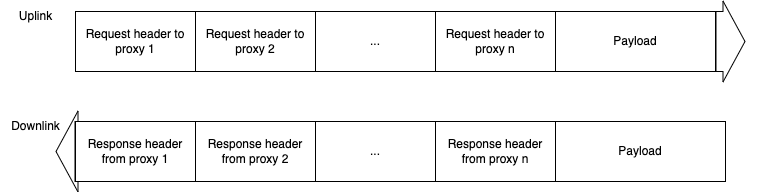
This is img/protocol.tcp.drawio.png from Banyc/proxy, a draw.io export, as it was before one commit. Source tidied: cells renumbered, new cells last; positions are measured from the earlier drawing's top-left corner, leaving out a move shared by most shapes.
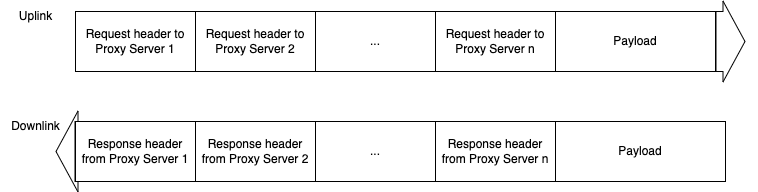
The same file after the commit.

What changed in the source:
```diff
@@ -7,19 +7,19 @@
         <mxPoint x="745" y="40" as="targetPoint" />
       </mxGeometry>
     </mxCell>
-    <mxCell id="3" value="Request header to proxy 1" style="rounded=0;whiteSpace=wrap;html=1;" parent="1" vertex="1">
+    <mxCell id="3" value="Request header to Proxy Server 1" style="rounded=0;whiteSpace=wrap;html=1;" parent="1" vertex="1">
       <mxGeometry x="75" y="10" width="120" height="60" as="geometry" />
     </mxCell>
     <mxCell id="4" style="shape=flexArrow;endArrow=none;html=1;width=60;endSize=7;startArrow=none;" parent="1" edge="1" source="3" target="5">
       <mxGeometry relative="1" as="geometry" />
     </mxCell>
-    <mxCell id="5" value="Request header to proxy 2" style="rounded=0;whiteSpace=wrap;html=1;" parent="1" vertex="1">
+    <mxCell id="5" value="Request header to Proxy Server&amp;nbsp;2" style="rounded=0;whiteSpace=wrap;html=1;" parent="1" vertex="1">
       <mxGeometry x="195" y="10" width="120" height="60" as="geometry" />
     </mxCell>
     <mxCell id="6" style="shape=flexArrow;endArrow=none;html=1;width=60;endSize=7;startArrow=none;" parent="1" edge="1" source="9" target="7">
       <mxGeometry relative="1" as="geometry" />
     </mxCell>
-    <mxCell id="7" value="Request header to proxy n" style="rounded=0;whiteSpace=wrap;html=1;" parent="1" vertex="1">
+    <mxCell id="7" value="Request header to Proxy Server&amp;nbsp;n" style="rounded=0;whiteSpace=wrap;html=1;" parent="1" vertex="1">
       <mxGeometry x="435" y="10" width="120" height="60" as="geometry" />
     </mxCell>
     <mxCell id="8" style="shape=flexArrow;endArrow=none;html=1;width=60;endSize=7;startArrow=none;" parent="1" edge="1" source="5" target="9">
@@ -66,13 +66,13 @@
     <mxCell id="17" style="shape=flexArrow;endArrow=none;html=1;width=60;endSize=7;startArrow=none;" parent="1" edge="1" source="20" target="18">
       <mxGeometry relative="1" as="geometry" />
     </mxCell>
-    <mxCell id="18" value="Response header from proxy 1" style="rounded=0;whiteSpace=wrap;html=1;" parent="1" vertex="1">
+    <mxCell id="18" value="Response header from Proxy Server&amp;nbsp;1" style="rounded=0;whiteSpace=wrap;html=1;" parent="1" vertex="1">
       <mxGeometry x="75" y="120" width="120" height="60" as="geometry" />
     </mxCell>
     <mxCell id="19" style="shape=flexArrow;endArrow=none;html=1;width=60;endSize=7;startArrow=none;" parent="1" edge="1" source="22" target="20">
       <mxGeometry relative="1" as="geometry" />
     </mxCell>
-    <mxCell id="20" value="Response header from proxy 2" style="rounded=0;whiteSpace=wrap;html=1;" parent="1" vertex="1">
+    <mxCell id="20" value="Response header from Proxy Server&amp;nbsp;2" style="rounded=0;whiteSpace=wrap;html=1;" parent="1" vertex="1">
       <mxGeometry x="195" y="120" width="120" height="60" as="geometry" />
     </mxCell>
     <mxCell id="21" style="shape=flexArrow;endArrow=none;html=1;width=60;endSize=7;startArrow=none;" parent="1" edge="1" source="24" target="22">
@@ -84,7 +84,7 @@
     <mxCell id="23" style="shape=flexArrow;endArrow=none;html=1;width=60;endSize=7;startArrow=none;" parent="1" edge="1" source="26" target="24">
       <mxGeometry relative="1" as="geometry" />
     </mxCell>
-    <mxCell id="24" value="Response header from proxy n" style="rounded=0;whiteSpace=wrap;html=1;" parent="1" vertex="1">
+    <mxCell id="24" value="Response header from Proxy Server&amp;nbsp;n" style="rounded=0;whiteSpace=wrap;html=1;" parent="1" vertex="1">
       <mxGeometry x="435" y="120" width="120" height="60" as="geometry" />
     </mxCell>
     <mxCell id="25" style="shape=flexArrow;endArrow=none;html=1;width=60;endSize=7;startArrow=none;" parent="1" edge="1" target="26">
```
